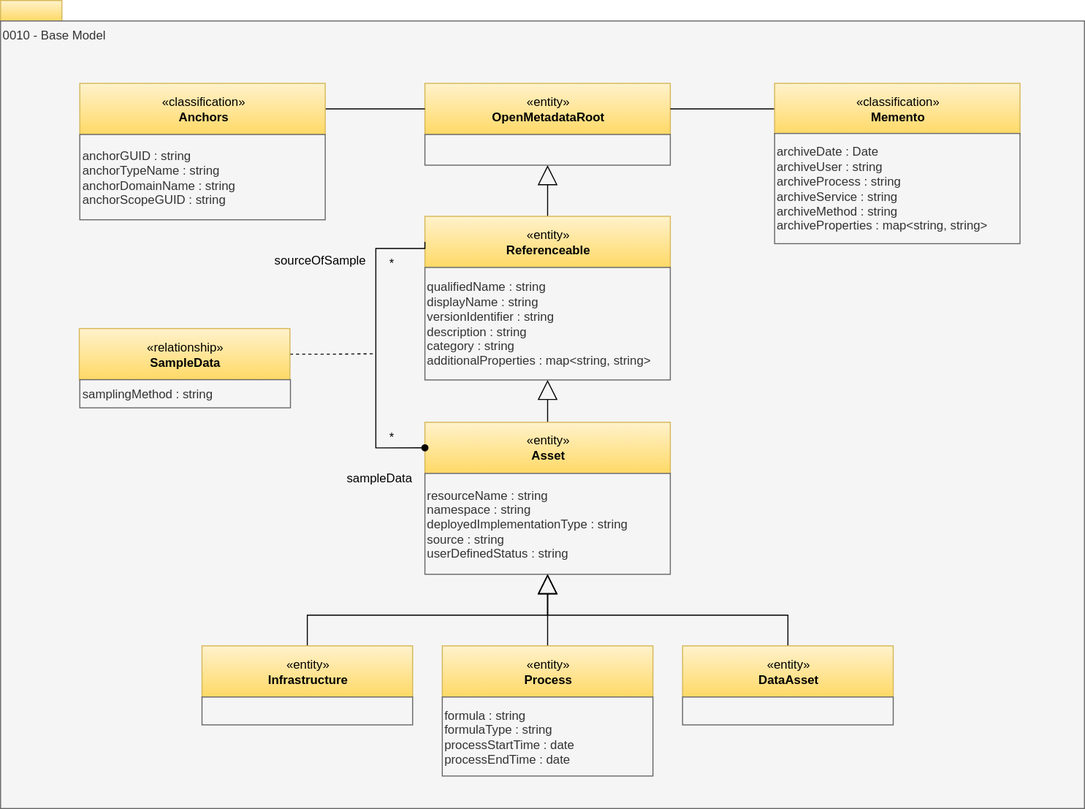
odpi/egeria-docs keeps this draw.io diagram as site/docs/types/0/0010-Base-Model.svg. Above is the earlier version. Source tidied: cells renumbered, new cells last; positions are measured from the earlier drawing's top-left corner, leaving out a move shared by most shapes.
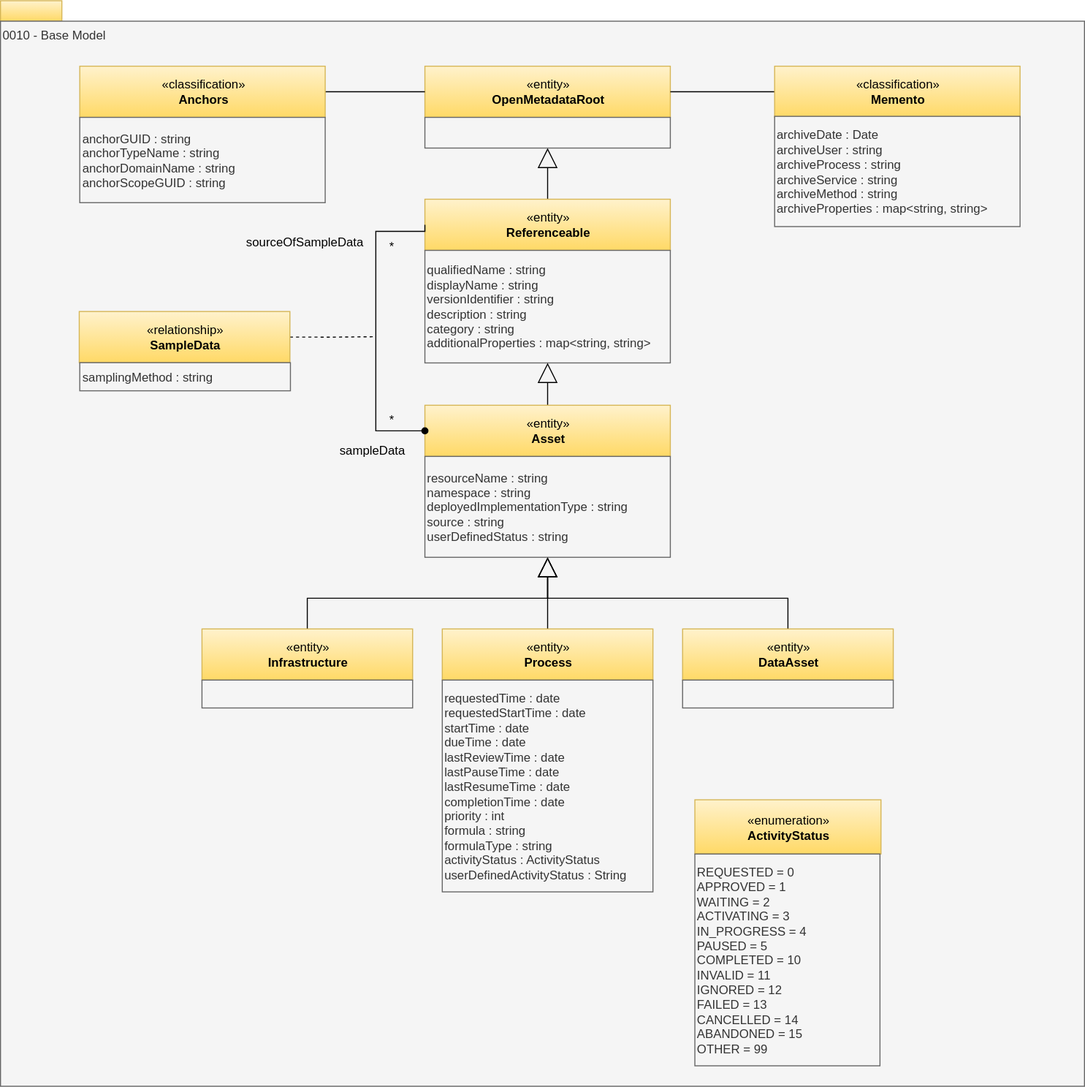
Later version of the same file.

The edit, as a diff of the source:
```diff
@@ -3,10 +3,10 @@
     <mxCell id="0" />
     <mxCell id="1" parent="0" />
     <mxCell id="2" style="rounded=0;whiteSpace=wrap;html=1;align=left;fillColor=#fff2cc;strokeColor=#d6b656;gradientColor=#ffd966;" parent="1" vertex="1">
-      <mxGeometry width="60" height="20" as="geometry" />
+      <mxGeometry y="17" width="60" height="20" as="geometry" />
     </mxCell>
     <mxCell id="3" value="0010 - Base Model" style="rounded=0;whiteSpace=wrap;html=1;align=left;verticalAlign=top;fillColor=#f5f5f5;fontColor=#333333;strokeColor=#666666;" parent="1" vertex="1">
-      <mxGeometry y="20" width="1060" height="770" as="geometry" />
+      <mxGeometry y="37" width="1060" height="1041" as="geometry" />
     </mxCell>
     <mxCell id="4" style="edgeStyle=orthogonalEdgeStyle;rounded=0;jettySize=auto;html=1;exitX=0.5;exitY=0;exitDx=0;exitDy=0;entryX=0.5;entryY=1;entryDx=0;entryDy=0;endArrow=block;endFill=0;endSize=17;" parent="1" edge="1" source="5" target="19">
       <mxGeometry relative="1" as="geometry" />
@@ -38,8 +38,8 @@
     <mxCell id="13" value="«entity»&lt;br&gt;&lt;b&gt;Process&lt;/b&gt;" style="html=1;strokeColor=#d6b656;align=center;fillColor=#fff2cc;gradientColor=#ffd966;" parent="1" vertex="1">
       <mxGeometry x="432" y="631" width="206" height="50" as="geometry" />
     </mxCell>
-    <mxCell id="14" value="formula : string&lt;br&gt;formulaType : string&lt;div&gt;processStartTime : date&lt;br&gt;processEndTime : date&lt;/div&gt;" style="rounded=0;whiteSpace=wrap;html=1;strokeColor=#666666;align=left;fillColor=#f5f5f5;fontColor=#333333;" parent="1" vertex="1">
-      <mxGeometry x="432" y="681" width="206" height="77.2" as="geometry" />
+    <mxCell id="14" value="requestedTime : date&lt;div&gt;requestedStartTime : date&lt;br&gt;&lt;div&gt;startTime : date&lt;/div&gt;&lt;div&gt;dueTime : date&lt;/div&gt;&lt;div&gt;lastReviewTime : date&lt;/div&gt;&lt;div&gt;lastPauseTime : date&lt;/div&gt;&lt;div&gt;lastResumeTime : date&lt;/div&gt;&lt;div&gt;&lt;span style=&quot;background-color: transparent; color: light-dark(rgb(51, 51, 51), rgb(193, 193, 193));&quot;&gt;completionTime : date&lt;/span&gt;&lt;/div&gt;&lt;div&gt;priority : int&lt;/div&gt;&lt;div&gt;formula : string&lt;br&gt;formulaType : string&lt;/div&gt;&lt;div&gt;activityStatus : ActivityStatus&lt;/div&gt;&lt;div&gt;userDefinedActivityStatus : String&lt;/div&gt;&lt;/div&gt;" style="rounded=0;whiteSpace=wrap;html=1;strokeColor=#666666;align=left;fillColor=#f5f5f5;fontColor=#333333;" parent="1" vertex="1">
+      <mxGeometry x="432" y="681" width="206" height="207" as="geometry" />
     </mxCell>
     <mxCell id="15" style="edgeStyle=orthogonalEdgeStyle;rounded=0;jettySize=auto;html=1;exitX=0.5;exitY=0;exitDx=0;exitDy=0;endArrow=block;endFill=0;endSize=17;entryX=0.5;entryY=1;entryDx=0;entryDy=0;" parent="1" edge="1" source="16" target="11">
       <mxGeometry relative="1" as="geometry" />
@@ -92,10 +92,10 @@
       <mxGeometry x="367" y="242.4" width="30" height="30" as="geometry" />
     </mxCell>
     <mxCell id="31" value="sampleData" style="text;html=1;align=center;verticalAlign=middle;strokeColor=none;fillColor=none;" parent="1" vertex="1">
-      <mxGeometry x="325" y="452.4" width="90" height="30" as="geometry" />
+      <mxGeometry x="317.5" y="442.4" width="90" height="30" as="geometry" />
     </mxCell>
-    <mxCell id="32" value="sourceOfSample" style="text;html=1;align=center;verticalAlign=middle;strokeColor=none;fillColor=none;" parent="1" vertex="1">
-      <mxGeometry x="257" y="239.4" width="110" height="30" as="geometry" />
+    <mxCell id="32" value="sourceOfSampleData" style="text;html=1;align=center;verticalAlign=middle;strokeColor=none;fillColor=none;" parent="1" vertex="1">
+      <mxGeometry x="227" y="237.8" width="140" height="30" as="geometry" />
     </mxCell>
     <mxCell id="33" style="edgeStyle=orthogonalEdgeStyle;rounded=0;jettySize=auto;html=1;exitX=0;exitY=0.5;exitDx=0;exitDy=0;entryX=0;entryY=0.5;entryDx=0;entryDy=0;endArrow=oval;endFill=1;" parent="1" edge="1" source="5" target="10">
       <mxGeometry relative="1" as="geometry">
@@ -108,5 +108,11 @@
     <mxCell id="34" style="rounded=0;whiteSpace=wrap;html=1;strokeColor=#666666;align=left;fillColor=#f5f5f5;fontColor=#333333;" parent="1" vertex="1">
       <mxGeometry x="197" y="681" width="206" height="27.2" as="geometry" />
     </mxCell>
+    <mxCell id="35" value="«enumeration»&lt;br&gt;&lt;b&gt;ActivityStatus&lt;/b&gt;" style="html=1;strokeColor=#d6b656;align=center;fillColor=#fff2cc;gradientColor=#ffd966;" parent="1" vertex="1">
+      <mxGeometry x="679" y="798" width="182" height="53" as="geometry" />
+    </mxCell>
+    <mxCell id="36" value="REQUESTED = 0&lt;br&gt;APPROVED = 1&lt;br&gt;WAITING = 2&lt;br&gt;ACTIVATING = 3&lt;br&gt;IN_PROGRESS = 4&lt;div&gt;PAUSED = 5&lt;br&gt;COMPLETED = 10&lt;br&gt;INVALID = 11&lt;br&gt;IGNORED = 12&lt;br&gt;FAILED = 13&lt;br&gt;CANCELLED = 14&lt;div&gt;ABANDONED = 15&lt;br&gt;OTHER = 99&lt;/div&gt;&lt;/div&gt;" style="rounded=0;whiteSpace=wrap;html=1;strokeColor=#666666;align=left;fillColor=#f5f5f5;fontColor=#333333;" parent="1" vertex="1">
+      <mxGeometry x="679" y="851" width="181" height="207" as="geometry" />
+    </mxCell>
   </root>
 </mxGraphModel>
```
